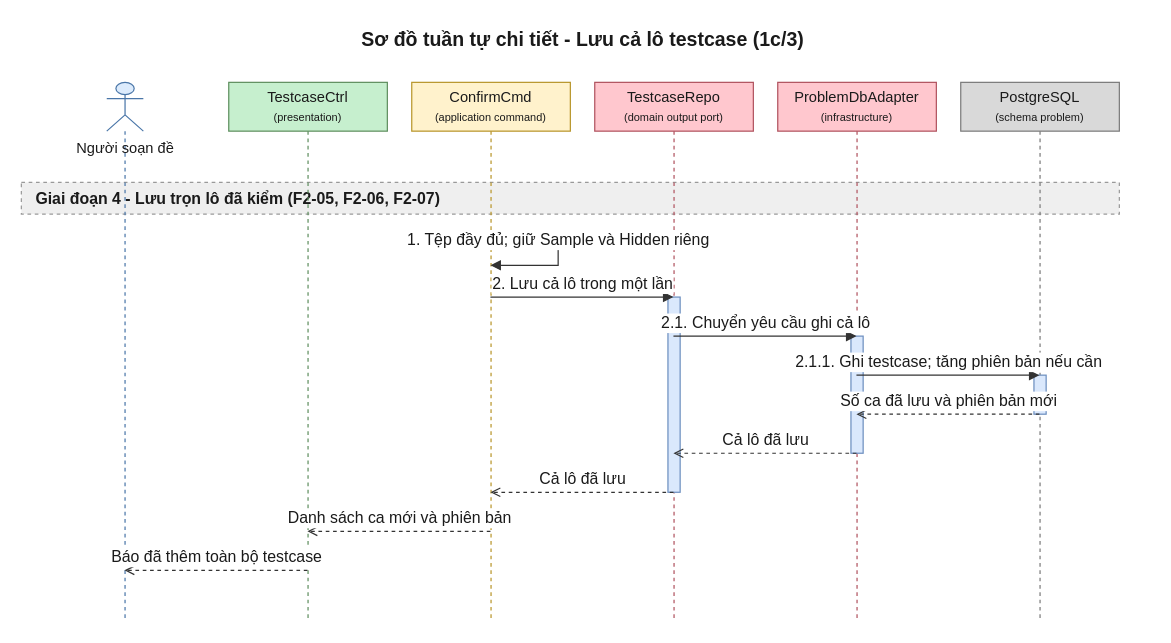
daiphu1801/PRJ_ALGOPREP keeps this draw.io diagram as 08-diagram/sequence/shared/sequence_shared_quan_ly_testcase_p1c.drawio. Above is the earlier version. Source tidied: cells renumbered, new cells numbered last; positions are measured from the earlier drawing's top-left corner, leaving out a move shared by most shapes. Both pictures are drawn from the tidied source at 122%, with x=0, y=0 at pixel (21, 21).
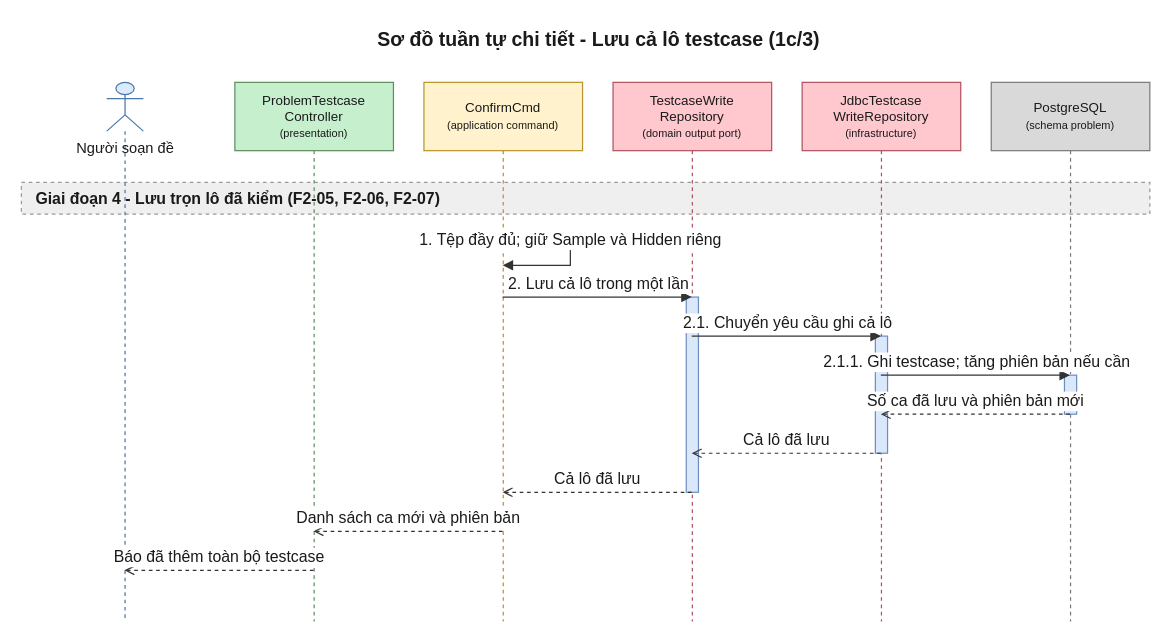
The same page after the edit.

Diff of the diagram source:
```diff
@@
     <mxCell id="2" value="Sơ đồ tuần tự chi tiết - Lưu cả lô testcase (1c/3)" style="text;html=1;fontSize=16;fontStyle=1;align=center;verticalAlign=middle;fontColor=#1A1A1A;" parent="1" vertex="1">
-      <mxGeometry x="20" width="880" height="30" as="geometry" />
+      <mxGeometry x="20" width="905" height="30" as="geometry" />
     </mxCell>
     <mxCell id="3" value="Giai đoạn 4 - Lưu trọn lô đã kiểm (F2-05, F2-06, F2-07)" style="algoprep=phase;rounded=0;whiteSpace=wrap;html=1;fillColor=#EFEFEF;strokeColor=#999999;dashed=1;align=left;verticalAlign=middle;spacingLeft=10;fontColor=#1A1A1A;fontSize=13;fontStyle=1;" parent="1" vertex="1">
-      <mxGeometry y="132" width="900" height="26" as="geometry" />
+      <mxGeometry y="132" width="925" height="26" as="geometry" />
     </mxCell>
@@
-    <mxCell id="5" value="TestcaseCtrl&lt;br&gt;&lt;font style=&quot;font-size:9px&quot;&gt;(presentation)&lt;/font&gt;" style="shape=umlLifeline;perimeter=lifelinePerimeter;whiteSpace=wrap;html=1;outlineConnect=0;size=40;fillColor=#C6EFCE;strokeColor=#5E8E5E;fontColor=#1A1A1A;" parent="1" vertex="1">
-      <mxGeometry x="170" y="50" width="130" height="442" as="geometry" />
+    <mxCell id="5" value="ProblemTestcase&lt;br&gt;Controller&lt;br&gt;&lt;font style=&quot;font-size:9px&quot;&gt;(presentation)&lt;/font&gt;" style="shape=umlLifeline;perimeter=lifelinePerimeter;whiteSpace=wrap;html=1;outlineConnect=0;size=56;fontSize=11;fillColor=#C6EFCE;strokeColor=#5E8E5E;fontColor=#1A1A1A;" parent="1" vertex="1">
+      <mxGeometry x="175" y="50" width="130" height="442" as="geometry" />
     </mxCell>
-    <mxCell id="6" value="ConfirmCmd&lt;br&gt;&lt;font style=&quot;font-size:9px&quot;&gt;(application command)&lt;/font&gt;" style="shape=umlLifeline;perimeter=lifelinePerimeter;whiteSpace=wrap;html=1;outlineConnect=0;size=40;fillColor=#FFF2CC;strokeColor=#B8952A;fontColor=#1A1A1A;" parent="1" vertex="1">
-      <mxGeometry x="320" y="50" width="130" height="442" as="geometry" />
+    <mxCell id="6" value="ConfirmCmd&lt;br&gt;&lt;font style=&quot;font-size:9px&quot;&gt;(application command)&lt;/font&gt;" style="shape=umlLifeline;perimeter=lifelinePerimeter;whiteSpace=wrap;html=1;outlineConnect=0;size=56;fontSize=11;fillColor=#FFF2CC;strokeColor=#B8952A;fontColor=#1A1A1A;" parent="1" vertex="1">
+      <mxGeometry x="330" y="50" width="130" height="442" as="geometry" />
     </mxCell>
-    <mxCell id="7" value="TestcaseRepo&lt;br&gt;&lt;font style=&quot;font-size:9px&quot;&gt;(domain output port)&lt;/font&gt;" style="shape=umlLifeline;perimeter=lifelinePerimeter;whiteSpace=wrap;html=1;outlineConnect=0;size=40;fillColor=#FFC7CE;strokeColor=#B0525E;fontColor=#1A1A1A;" parent="1" vertex="1">
-      <mxGeometry x="470" y="50" width="130" height="442" as="geometry" />
+    <mxCell id="7" value="TestcaseWrite&lt;br&gt;Repository&lt;br&gt;&lt;font style=&quot;font-size:9px&quot;&gt;(domain output port)&lt;/font&gt;" style="shape=umlLifeline;perimeter=lifelinePerimeter;whiteSpace=wrap;html=1;outlineConnect=0;size=56;fontSize=11;fillColor=#FFC7CE;strokeColor=#B0525E;fontColor=#1A1A1A;" parent="1" vertex="1">
+      <mxGeometry x="485" y="50" width="130" height="442" as="geometry" />
     </mxCell>
-    <mxCell id="8" value="ProblemDbAdapter&lt;br&gt;&lt;font style=&quot;font-size:9px&quot;&gt;(infrastructure)&lt;/font&gt;" style="shape=umlLifeline;perimeter=lifelinePerimeter;whiteSpace=wrap;html=1;outlineConnect=0;size=40;fillColor=#FFC7CE;strokeColor=#B0525E;fontColor=#1A1A1A;" parent="1" vertex="1">
-      <mxGeometry x="620" y="50" width="130" height="442" as="geometry" />
+    <mxCell id="8" value="JdbcTestcase&lt;br&gt;WriteRepository&lt;br&gt;&lt;font style=&quot;font-size:9px&quot;&gt;(infrastructure)&lt;/font&gt;" style="shape=umlLifeline;perimeter=lifelinePerimeter;whiteSpace=wrap;html=1;outlineConnect=0;size=56;fontSize=11;fillColor=#FFC7CE;strokeColor=#B0525E;fontColor=#1A1A1A;" parent="1" vertex="1">
+      <mxGeometry x="640" y="50" width="130" height="442" as="geometry" />
     </mxCell>
-    <mxCell id="9" value="PostgreSQL&lt;br&gt;&lt;font style=&quot;font-size:9px&quot;&gt;(schema problem)&lt;/font&gt;" style="shape=umlLifeline;perimeter=lifelinePerimeter;whiteSpace=wrap;html=1;outlineConnect=0;size=40;fillColor=#D9D9D9;strokeColor=#7A7A7A;fontColor=#1A1A1A;" parent="1" vertex="1">
-      <mxGeometry x="770" y="50" width="130" height="442" as="geometry" />
+    <mxCell id="9" value="PostgreSQL&lt;br&gt;&lt;font style=&quot;font-size:9px&quot;&gt;(schema problem)&lt;/font&gt;" style="shape=umlLifeline;perimeter=lifelinePerimeter;whiteSpace=wrap;html=1;outlineConnect=0;size=56;fontSize=11;fillColor=#D9D9D9;strokeColor=#7A7A7A;fontColor=#1A1A1A;" parent="1" vertex="1">
+      <mxGeometry x="795" y="50" width="130" height="442" as="geometry" />
     </mxCell>
@@
     <mxCell id="13" value="1. Tệp đầy đủ; giữ Sample và Hidden riêng" style="edgeStyle=orthogonalEdgeStyle;rounded=0;html=1;endArrow=block;endFill=1;strokeColor=#333333;fontColor=#1A1A1A;fontSize=13;verticalAlign=bottom;exitX=0.5;exitY=0.2941;exitDx=0;exitDy=0;entryX=0.5;entryY=0.3394;entryDx=0;entryDy=0;" parent="1" edge="1" source="6" target="6">
       <mxGeometry relative="1" as="geometry">
         <Array as="points">
-          <mxPoint x="440" y="180" />
-          <mxPoint x="440" y="200" />
+          <mxPoint x="450" y="180" />
+          <mxPoint x="450" y="200" />
         </Array>
       </mxGeometry>
     </mxCell>
```
